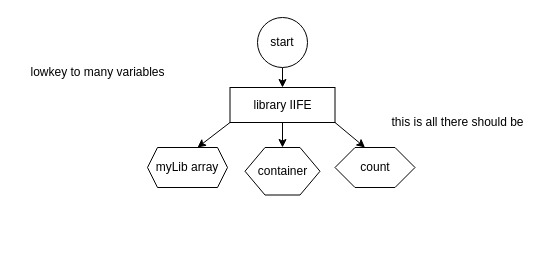
This is resources/thought.drawio from BentlyM/odin-library, a draw.io file, before an edit. Source tidied: cells renumbered, new cells numbered last; positions are measured from the earlier drawing's top-left corner, leaving out a move shared by most shapes. Both pictures are drawn from the tidied source at 100%, with x=0, y=0 at pixel (17, 17).
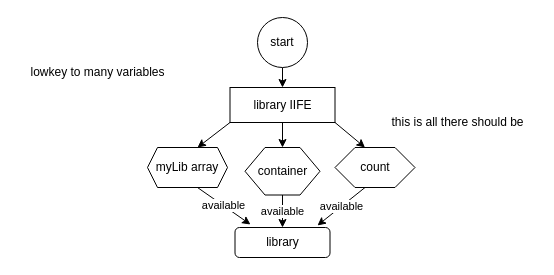
After the change.

What changed in the source:
```diff
@@
 <mxGraphModel>
   <root>
     <mxCell id="0" />
     <mxCell id="1" parent="0" />
     <mxCell id="2" style="edgeStyle=none;html=1;" parent="1" edge="1" source="3" target="7">
       <mxGeometry relative="1" as="geometry" />
     </mxCell>
     <mxCell id="3" value="start" style="ellipse;whiteSpace=wrap;html=1;" parent="1" vertex="1">
       <mxGeometry x="240" width="50" height="50" as="geometry" />
     </mxCell>
     <mxCell id="4" style="edgeStyle=none;html=1;" parent="1" edge="1" source="7" target="10">
       <mxGeometry relative="1" as="geometry" />
     </mxCell>
     <mxCell id="5" style="edgeStyle=none;html=1;exitX=1;exitY=1;exitDx=0;exitDy=0;entryX=0.375;entryY=0;entryDx=0;entryDy=0;" parent="1" edge="1" source="7" target="11">
       <mxGeometry relative="1" as="geometry" />
     </mxCell>
     <mxCell id="6" style="edgeStyle=none;html=1;exitX=0;exitY=1;exitDx=0;exitDy=0;entryX=0.625;entryY=0;entryDx=0;entryDy=0;" parent="1" edge="1" source="7" target="8">
       <mxGeometry relative="1" as="geometry" />
     </mxCell>
     <mxCell id="7" value="library IIFE" style="whiteSpace=wrap;html=1;" parent="1" vertex="1">
       <mxGeometry x="212.5" y="70" width="105" height="35" as="geometry" />
     </mxCell>
+    <mxCell id="13" value="available" style="edgeStyle=none;html=1;exitX=0.625;exitY=1;exitDx=0;exitDy=0;entryX=0.163;entryY=-0.1;entryDx=0;entryDy=0;entryPerimeter=0;" parent="1" edge="1" source="8" target="16">
+      <mxGeometry relative="1" as="geometry" />
+    </mxCell>
     <mxCell id="8" value="myLib array" style="shape=hexagon;perimeter=hexagonPerimeter2;whiteSpace=wrap;html=1;fixedSize=1;size=10;" parent="1" vertex="1">
       <mxGeometry x="130" y="130" width="80" height="40" as="geometry" />
     </mxCell>
     <mxCell id="9" value="lowkey to many variables" style="text;html=1;align=center;verticalAlign=middle;strokeColor=none;fillColor=none;" parent="1" vertex="1">
       <mxGeometry y="40" width="160" height="30" as="geometry" />
     </mxCell>
+    <mxCell id="14" value="available" style="edgeStyle=none;html=1;" parent="1" edge="1" source="10" target="16">
+      <mxGeometry relative="1" as="geometry" />
+    </mxCell>
     <mxCell id="10" value="container" style="shape=hexagon;perimeter=hexagonPerimeter2;whiteSpace=wrap;html=1;fixedSize=1;" parent="1" vertex="1">
       <mxGeometry x="227.5" y="130" width="75" height="47.5" as="geometry" />
     </mxCell>
+    <mxCell id="15" value="available" style="edgeStyle=none;html=1;exitX=0.375;exitY=1;exitDx=0;exitDy=0;entryX=0.868;entryY=-0.067;entryDx=0;entryDy=0;entryPerimeter=0;" parent="1" edge="1" source="11" target="16">
+      <mxGeometry relative="1" as="geometry" />
+    </mxCell>
     <mxCell id="11" value="count" style="shape=hexagon;perimeter=hexagonPerimeter2;whiteSpace=wrap;html=1;fixedSize=1;" parent="1" vertex="1">
       <mxGeometry x="317.5" y="130" width="80" height="40" as="geometry" />
     </mxCell>
     <mxCell id="12" value="this is all there should be" style="text;html=1;align=center;verticalAlign=middle;strokeColor=none;fillColor=none;" parent="1" vertex="1">
       <mxGeometry x="360" y="90" width="160" height="30" as="geometry" />
     </mxCell>
+    <mxCell id="16" value="library" style="rounded=1;whiteSpace=wrap;html=1;" parent="1" vertex="1">
+      <mxGeometry x="217.5" y="210" width="95" height="30" as="geometry" />
+    </mxCell>
   </root>
 </mxGraphModel>
```
